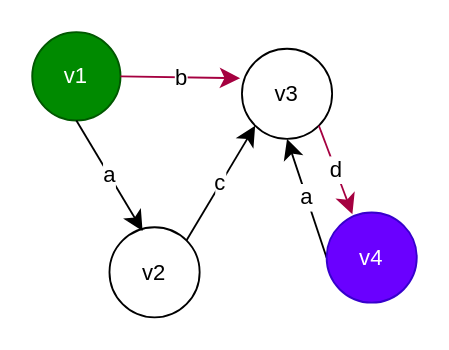
Before: Untitled Diagram.drawio in olliglorioso/datasets, a draw.io diagram. Source tidied: cells renumbered, new cells numbered last; positions are measured from the earlier drawing's top-left corner, leaving out a move shared by most shapes. Both pictures are drawn from the tidied source at 184%, with x=0, y=0 at pixel (31, 31).
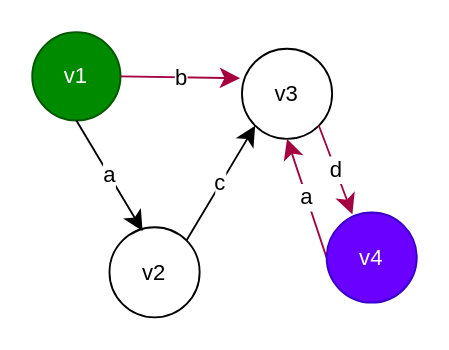
The same diagram, later.

What changed in the source:
```diff
@@
 <mxGraphModel>
   <root>
     <mxCell id="0" />
     <mxCell id="1" parent="0" />
     <mxCell id="2" value="v1" style="ellipse;whiteSpace=wrap;html=1;fillColor=#008a00;fontColor=#ffffff;strokeColor=#005700;" parent="1" vertex="1">
       <mxGeometry width="48" height="48" as="geometry" />
     </mxCell>
     <mxCell id="3" value="c" style="edgeStyle=none;curved=1;rounded=0;jettySize=auto;html=1;exitX=1;exitY=0;exitDx=0;exitDy=0;entryX=0;entryY=1;entryDx=0;entryDy=0;fontSize=12;startSize=8;endSize=8;" parent="1" edge="1" source="4" target="5">
       <mxGeometry relative="1" as="geometry" />
     </mxCell>
     <mxCell id="4" value="v2" style="ellipse;whiteSpace=wrap;html=1;" parent="1" vertex="1">
       <mxGeometry x="42" y="106" width="49" height="49" as="geometry" />
     </mxCell>
     <mxCell id="5" value="v3" style="ellipse;whiteSpace=wrap;html=1;" parent="1" vertex="1">
       <mxGeometry x="114" y="9" width="49" height="49" as="geometry" />
     </mxCell>
-    <mxCell id="6" value="a" style="edgeStyle=none;curved=1;rounded=0;jettySize=auto;html=1;exitX=0;exitY=0.5;exitDx=0;exitDy=0;entryX=0.5;entryY=1;entryDx=0;entryDy=0;fontSize=12;startSize=8;endSize=8;" parent="1" edge="1" source="7" target="5">
+    <mxCell id="6" value="a" style="edgeStyle=none;curved=1;rounded=0;jettySize=auto;html=1;exitX=0;exitY=0.5;exitDx=0;exitDy=0;entryX=0.5;entryY=1;entryDx=0;entryDy=0;fontSize=12;startSize=8;endSize=8;fillColor=#d80073;strokeColor=#A50040;" parent="1" edge="1" source="7" target="5">
       <mxGeometry relative="1" as="geometry" />
     </mxCell>
     <mxCell id="7" value="v4" style="ellipse;whiteSpace=wrap;html=1;fillColor=#6a00ff;fontColor=#ffffff;strokeColor=#3700CC;" parent="1" vertex="1">
       <mxGeometry x="160" y="98" width="49" height="49" as="geometry" />
     </mxCell>
     <mxCell id="8" value="a" style="edgeStyle=none;curved=1;rounded=0;jettySize=auto;html=1;exitX=0.5;exitY=1;exitDx=0;exitDy=0;entryX=0.367;entryY=0.041;entryDx=0;entryDy=0;entryPerimeter=0;fontSize=12;startSize=8;endSize=8;" parent="1" edge="1" source="2" target="4">
       <mxGeometry relative="1" as="geometry" />
     </mxCell>
     <mxCell id="9" value="d" style="edgeStyle=none;curved=1;rounded=0;jettySize=auto;html=1;exitX=1;exitY=1;exitDx=0;exitDy=0;entryX=0.286;entryY=0.02;entryDx=0;entryDy=0;entryPerimeter=0;fontSize=12;startSize=8;endSize=8;fillColor=#d80073;strokeColor=#A50040;" parent="1" edge="1" source="5" target="7">
       <mxGeometry relative="1" as="geometry" />
     </mxCell>
     <mxCell id="10" value="b" style="edgeStyle=none;curved=1;rounded=0;jettySize=auto;html=1;exitX=1;exitY=0.5;exitDx=0;exitDy=0;entryX=-0.02;entryY=0.327;entryDx=0;entryDy=0;entryPerimeter=0;fontSize=12;startSize=8;endSize=8;fillColor=#d80073;strokeColor=#A50040;" parent="1" edge="1" source="2" target="5">
       <mxGeometry relative="1" as="geometry" />
     </mxCell>
   </root>
 </mxGraphModel>
```
